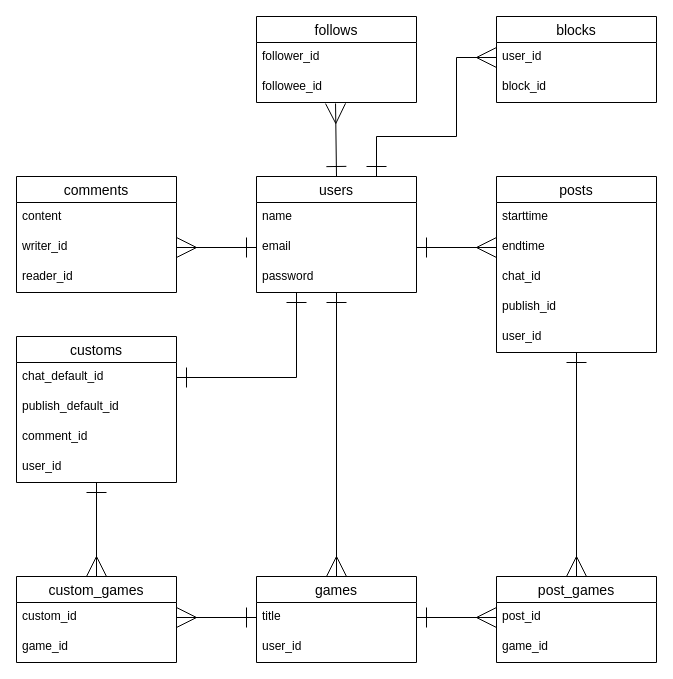
The draw.io diagram ER図.dio in IseUtoshi/YURUBO, before the edit. Source tidied: cells renumbered, new cells numbered last; positions are measured from the earlier drawing's top-left corner, leaving out a move shared by most shapes. Both pictures are drawn from the tidied source at 100%, with x=0, y=0 at pixel (16, 16).
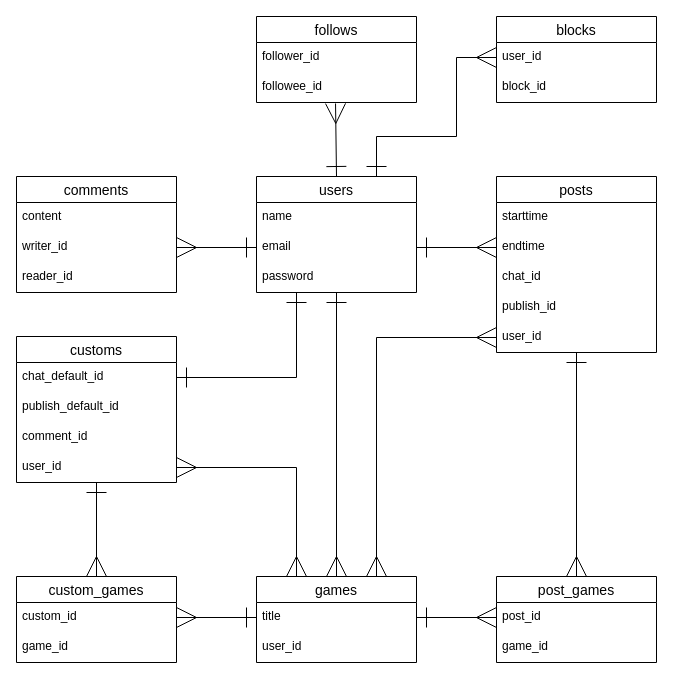
Above is the later version.

Unchanged cells that the change refers to:
```xml
<mxCell id="9" value="games" style="swimlane;fontStyle=0;horizontal=1;startSize=26;align=center;fontSize=14;" parent="1" vertex="1">
  <mxGeometry x="240" y="560" width="160" height="86" as="geometry" />
</mxCell>
<mxCell id="26" value="user_id" style="text;strokeColor=none;fillColor=none;spacingLeft=4;spacingRight=4;overflow=hidden;points=[[0,0.5],[1,0.5]];portConstraint=eastwest;fontSize=12;" parent="21" vertex="1">
  <mxGeometry y="146" width="160" height="30" as="geometry" />
</mxCell>
<mxCell id="32" value="user_id" style="text;strokeColor=none;fillColor=none;spacingLeft=4;spacingRight=4;overflow=hidden;points=[[0,0.5],[1,0.5]];portConstraint=eastwest;fontSize=12;" parent="28" vertex="1">
  <mxGeometry y="116" width="160" height="30" as="geometry" />
</mxCell>
```

What changed in the source:
```diff
@@
+    <mxCell id="46" style="edgeStyle=orthogonalEdgeStyle;rounded=0;html=1;exitX=0.75;exitY=0;exitDx=0;exitDy=0;entryX=0;entryY=0.5;entryDx=0;entryDy=0;startArrow=ERmany;startFill=0;endArrow=ERmany;endFill=0;startSize=18;endSize=18;" parent="1" edge="1" source="9" target="26">
+      <mxGeometry relative="1" as="geometry" />
+    </mxCell>
@@
+    <mxCell id="47" style="edgeStyle=orthogonalEdgeStyle;rounded=0;html=1;entryX=0.25;entryY=0;entryDx=0;entryDy=0;startArrow=ERmany;startFill=0;endArrow=ERmany;endFill=0;startSize=18;endSize=18;" parent="1" edge="1" source="32" target="9">
+      <mxGeometry relative="1" as="geometry" />
+    </mxCell>
```
